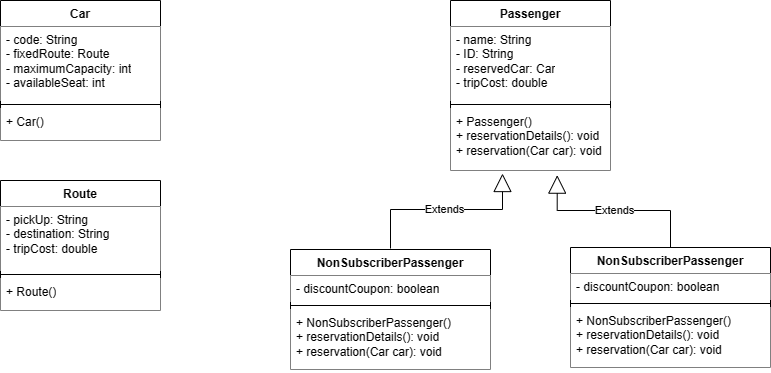
Above: project2UML.png in khaled-23/project2Day16 (draw.io), before the change. Source tidied: cells renumbered, new cells last; positions are measured from the earlier drawing's top-left corner, leaving out a move shared by most shapes. Source of this version:
```xml
<mxGraphModel>
  <root>
    <mxCell id="0" />
    <mxCell id="1" parent="0" />
    <mxCell id="2" value="Car" style="swimlane;fontStyle=1;align=center;verticalAlign=top;horizontal=1;startSize=26;whiteSpace=wrap;html=1;" parent="1" vertex="1">
      <mxGeometry width="160" height="140" as="geometry" />
    </mxCell>
    <mxCell id="3" value="- code: String&lt;div&gt;- fixedRoute: Route&lt;/div&gt;&lt;div&gt;- maximumCapacity: int&lt;/div&gt;&lt;div&gt;- availableSeat: int&lt;/div&gt;" style="text;strokeColor=none;fillColor=default;align=left;verticalAlign=top;spacingLeft=4;spacingRight=4;overflow=hidden;whiteSpace=wrap;html=1;" parent="2" vertex="1">
      <mxGeometry y="26" width="160" height="74" as="geometry" />
    </mxCell>
    <mxCell id="4" style="line;strokeWidth=1;fillColor=none;align=left;verticalAlign=middle;spacingTop=-1;spacingLeft=3;spacingRight=3;labelPosition=right;strokeColor=inherit;" parent="2" vertex="1">
      <mxGeometry y="100" width="160" height="8" as="geometry" />
    </mxCell>
    <mxCell id="5" value="&lt;div&gt;+ Car()&lt;/div&gt;" style="text;strokeColor=none;fillColor=default;align=left;verticalAlign=top;spacingLeft=4;spacingRight=4;overflow=hidden;whiteSpace=wrap;html=1;" parent="2" vertex="1">
      <mxGeometry y="108" width="160" height="32" as="geometry" />
    </mxCell>
    <mxCell id="6" value="Route" style="swimlane;fontStyle=1;align=center;verticalAlign=top;horizontal=1;startSize=26;whiteSpace=wrap;html=1;fillColor=default;" parent="1" vertex="1">
      <mxGeometry y="180" width="160" height="130" as="geometry" />
    </mxCell>
    <mxCell id="7" value="- pickUp: String&lt;div&gt;- destination: String&lt;/div&gt;&lt;div&gt;- tripCost: double&lt;/div&gt;" style="text;strokeColor=none;fillColor=default;align=left;verticalAlign=top;spacingLeft=4;spacingRight=4;overflow=hidden;whiteSpace=wrap;html=1;" parent="6" vertex="1">
      <mxGeometry y="26" width="160" height="64" as="geometry" />
    </mxCell>
    <mxCell id="8" style="line;strokeWidth=1;fillColor=none;align=left;verticalAlign=middle;spacingTop=-1;spacingLeft=3;spacingRight=3;labelPosition=right;strokeColor=inherit;" parent="6" vertex="1">
      <mxGeometry y="90" width="160" height="8" as="geometry" />
    </mxCell>
    <mxCell id="9" value="+ Route()" style="text;strokeColor=none;fillColor=default;align=left;verticalAlign=top;spacingLeft=4;spacingRight=4;overflow=hidden;whiteSpace=wrap;html=1;" parent="6" vertex="1">
      <mxGeometry y="98" width="160" height="32" as="geometry" />
    </mxCell>
    <mxCell id="10" value="Passenger" style="swimlane;fontStyle=1;align=center;verticalAlign=top;horizontal=1;startSize=26;whiteSpace=wrap;html=1;" parent="1" vertex="1">
      <mxGeometry x="450" width="160" height="170" as="geometry" />
    </mxCell>
    <mxCell id="11" value="- name: String&lt;div&gt;- ID: String&lt;/div&gt;&lt;div&gt;- reservedCar: Car&lt;/div&gt;&lt;div&gt;- tripCost: double&lt;/div&gt;" style="text;strokeColor=none;fillColor=default;align=left;verticalAlign=top;spacingLeft=4;spacingRight=4;overflow=hidden;whiteSpace=wrap;html=1;" parent="10" vertex="1">
      <mxGeometry y="26" width="160" height="74" as="geometry" />
    </mxCell>
    <mxCell id="12" style="line;strokeWidth=1;fillColor=none;align=left;verticalAlign=middle;spacingTop=-1;spacingLeft=3;spacingRight=3;labelPosition=right;strokeColor=inherit;" parent="10" vertex="1">
      <mxGeometry y="100" width="160" height="8" as="geometry" />
    </mxCell>
    <mxCell id="13" value="&lt;div&gt;+ Passenger()&lt;/div&gt;+ reservationDetails(): void&lt;div&gt;+ reservation(Car car): void&lt;/div&gt;" style="text;strokeColor=none;fillColor=default;align=left;verticalAlign=top;spacingLeft=4;spacingRight=4;overflow=hidden;points=[[0,0.5],[1,0.5]];portConstraint=eastwest;whiteSpace=wrap;html=1;" parent="10" vertex="1">
      <mxGeometry y="108" width="160" height="62" as="geometry" />
    </mxCell>
    <mxCell id="14" value="NonSubscriberPassenger" style="swimlane;fontStyle=1;align=center;verticalAlign=top;horizontal=1;startSize=26;whiteSpace=wrap;html=1;" parent="1" vertex="1">
      <mxGeometry x="290" y="249" width="200" height="120" as="geometry" />
    </mxCell>
    <mxCell id="15" value="- discountCoupon: boolean" style="text;strokeColor=none;fillColor=default;align=left;verticalAlign=top;spacingLeft=4;spacingRight=4;overflow=hidden;whiteSpace=wrap;html=1;" parent="14" vertex="1">
      <mxGeometry y="26" width="200" height="26" as="geometry" />
    </mxCell>
    <mxCell id="16" style="line;strokeWidth=1;fillColor=none;align=left;verticalAlign=middle;spacingTop=-1;spacingLeft=3;spacingRight=3;labelPosition=right;strokeColor=inherit;" parent="14" vertex="1">
      <mxGeometry y="52" width="200" height="8" as="geometry" />
    </mxCell>
    <mxCell id="17" value="&lt;div&gt;+ NonSubscriberPassenger()&lt;/div&gt;&lt;div&gt;+ reservationDetails(): void&lt;div&gt;+ reservation(Car car): void&lt;/div&gt;&lt;/div&gt;" style="text;strokeColor=none;fillColor=default;align=left;verticalAlign=top;spacingLeft=4;spacingRight=4;overflow=hidden;whiteSpace=wrap;html=1;" parent="14" vertex="1">
      <mxGeometry y="60" width="200" height="60" as="geometry" />
    </mxCell>
    <mxCell id="18" value="NonSubscriberPassenger" style="swimlane;fontStyle=1;align=center;verticalAlign=top;horizontal=1;startSize=26;whiteSpace=wrap;html=1;" parent="1" vertex="1">
      <mxGeometry x="570" y="247" width="200" height="120" as="geometry" />
    </mxCell>
    <mxCell id="19" value="- discountCoupon: boolean" style="text;strokeColor=none;fillColor=default;align=left;verticalAlign=top;spacingLeft=4;spacingRight=4;overflow=hidden;whiteSpace=wrap;html=1;" parent="18" vertex="1">
      <mxGeometry y="26" width="200" height="26" as="geometry" />
    </mxCell>
    <mxCell id="20" style="line;strokeWidth=1;fillColor=none;align=left;verticalAlign=middle;spacingTop=-1;spacingLeft=3;spacingRight=3;labelPosition=right;strokeColor=inherit;" parent="18" vertex="1">
      <mxGeometry y="52" width="200" height="8" as="geometry" />
    </mxCell>
    <mxCell id="21" value="&lt;div&gt;+ NonSubscriberPassenger()&lt;/div&gt;&lt;div&gt;+ reservationDetails(): void&lt;div&gt;+ reservation(Car car): void&lt;/div&gt;&lt;/div&gt;" style="text;strokeColor=none;fillColor=default;align=left;verticalAlign=top;spacingLeft=4;spacingRight=4;overflow=hidden;whiteSpace=wrap;html=1;" parent="18" vertex="1">
      <mxGeometry y="60" width="200" height="60" as="geometry" />
    </mxCell>
    <mxCell id="22" value="Extends" style="endArrow=block;endSize=16;endFill=0;html=1;rounded=0;entryX=0.667;entryY=1.075;entryDx=0;entryDy=0;entryPerimeter=0;exitX=0.5;exitY=0;exitDx=0;exitDy=0;edgeStyle=orthogonalEdgeStyle;" parent="1" edge="1" source="18" target="13">
      <mxGeometry relative="1" as="geometry">
        <Array as="points">
          <mxPoint x="670" y="210" />
          <mxPoint x="557" y="210" />
        </Array>
      </mxGeometry>
    </mxCell>
    <mxCell id="23" value="Extends" style="endArrow=block;endSize=16;endFill=0;html=1;rounded=0;entryX=0.325;entryY=1.065;entryDx=0;entryDy=0;entryPerimeter=0;exitX=0.5;exitY=0;exitDx=0;exitDy=0;edgeStyle=orthogonalEdgeStyle;" parent="1" edge="1">
      <mxGeometry relative="1" as="geometry">
        <mxPoint x="390" y="248" as="sourcePoint" />
        <mxPoint x="502" y="173" as="targetPoint" />
        <Array as="points">
          <mxPoint x="390" y="209" />
          <mxPoint x="502" y="209" />
        </Array>
      </mxGeometry>
    </mxCell>
  </root>
</mxGraphModel>
```
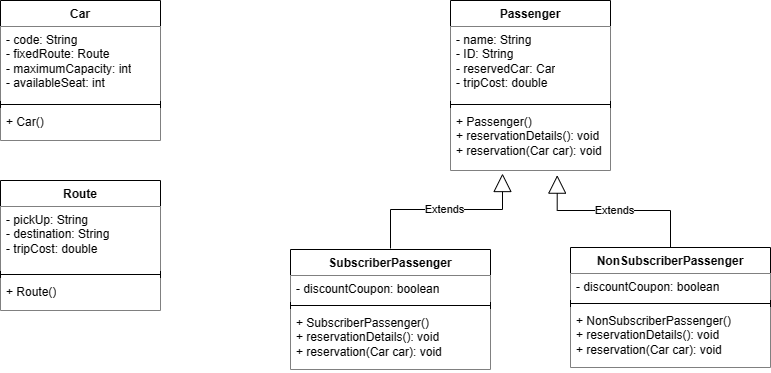
After the change.

The edit, as a diff of the source:
```diff
@@ -38,7 +38,7 @@
     <mxCell id="13" value="&lt;div&gt;+ Passenger()&lt;/div&gt;+ reservationDetails(): void&lt;div&gt;+ reservation(Car car): void&lt;/div&gt;" style="text;strokeColor=none;fillColor=default;align=left;verticalAlign=top;spacingLeft=4;spacingRight=4;overflow=hidden;points=[[0,0.5],[1,0.5]];portConstraint=eastwest;whiteSpace=wrap;html=1;" parent="10" vertex="1">
       <mxGeometry y="108" width="160" height="62" as="geometry" />
     </mxCell>
-    <mxCell id="14" value="NonSubscriberPassenger" style="swimlane;fontStyle=1;align=center;verticalAlign=top;horizontal=1;startSize=26;whiteSpace=wrap;html=1;" parent="1" vertex="1">
+    <mxCell id="14" value="SubscriberPassenger" style="swimlane;fontStyle=1;align=center;verticalAlign=top;horizontal=1;startSize=26;whiteSpace=wrap;html=1;" parent="1" vertex="1">
       <mxGeometry x="290" y="249" width="200" height="120" as="geometry" />
     </mxCell>
     <mxCell id="15" value="- discountCoupon: boolean" style="text;strokeColor=none;fillColor=default;align=left;verticalAlign=top;spacingLeft=4;spacingRight=4;overflow=hidden;whiteSpace=wrap;html=1;" parent="14" vertex="1">
@@ -47,7 +47,7 @@
     <mxCell id="16" style="line;strokeWidth=1;fillColor=none;align=left;verticalAlign=middle;spacingTop=-1;spacingLeft=3;spacingRight=3;labelPosition=right;strokeColor=inherit;" parent="14" vertex="1">
       <mxGeometry y="52" width="200" height="8" as="geometry" />
     </mxCell>
-    <mxCell id="17" value="&lt;div&gt;+ NonSubscriberPassenger()&lt;/div&gt;&lt;div&gt;+ reservationDetails(): void&lt;div&gt;+ reservation(Car car): void&lt;/div&gt;&lt;/div&gt;" style="text;strokeColor=none;fillColor=default;align=left;verticalAlign=top;spacingLeft=4;spacingRight=4;overflow=hidden;whiteSpace=wrap;html=1;" parent="14" vertex="1">
+    <mxCell id="17" value="&lt;div&gt;+ SubscriberPassenger()&lt;/div&gt;&lt;div&gt;+ reservationDetails(): void&lt;div&gt;+ reservation(Car car): void&lt;/div&gt;&lt;/div&gt;" style="text;strokeColor=none;fillColor=default;align=left;verticalAlign=top;spacingLeft=4;spacingRight=4;overflow=hidden;whiteSpace=wrap;html=1;" parent="14" vertex="1">
       <mxGeometry y="60" width="200" height="60" as="geometry" />
     </mxCell>
     <mxCell id="18" value="NonSubscriberPassenger" style="swimlane;fontStyle=1;align=center;verticalAlign=top;horizontal=1;startSize=26;whiteSpace=wrap;html=1;" parent="1" vertex="1">
```
